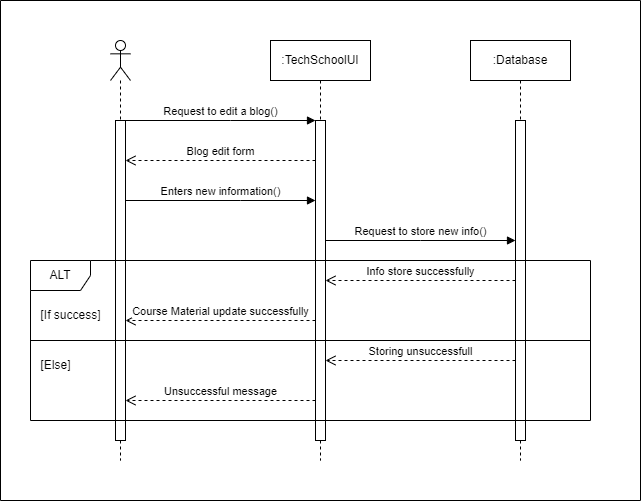
iprosenjitp/Tech-School keeps this draw.io diagram as Materials/Sequence Diagrams/SD_Edit Blog.png. Above is the earlier version. Source tidied: cells renumbered, new cells last; positions are measured from the earlier drawing's top-left corner, leaving out a move shared by most shapes. Its diagram source:
```xml
<mxGraphModel background="#ffffff">
  <root>
    <mxCell id="0" />
    <mxCell id="1" parent="0" />
    <mxCell id="2" style="shape=umlLifeline;perimeter=lifelinePerimeter;whiteSpace=wrap;html=1;newEdgeStyle={&quot;curved&quot;:0,&quot;rounded&quot;:0};participant=umlActor;" parent="1" vertex="1">
      <mxGeometry x="110" y="40" width="20" height="420" as="geometry" />
    </mxCell>
    <mxCell id="3" style="html=1;points=[[0,0,0,0,5],[0,1,0,0,-5],[1,0,0,0,5],[1,1,0,0,-5]];perimeter=orthogonalPerimeter;outlineConnect=0;targetShapes=umlLifeline;portConstraint=eastwest;newEdgeStyle={&quot;curved&quot;:0,&quot;rounded&quot;:0};" parent="2" vertex="1">
      <mxGeometry x="5" y="80" width="10" height="320" as="geometry" />
    </mxCell>
    <mxCell id="4" value=":TechSchoolUI" style="shape=umlLifeline;perimeter=lifelinePerimeter;whiteSpace=wrap;html=1;newEdgeStyle={&quot;curved&quot;:0,&quot;rounded&quot;:0};" parent="1" vertex="1">
      <mxGeometry x="270" y="40" width="100" height="420" as="geometry" />
    </mxCell>
    <mxCell id="5" style="html=1;points=[[0,0,0,0,5],[0,1,0,0,-5],[1,0,0,0,5],[1,1,0,0,-5]];perimeter=orthogonalPerimeter;outlineConnect=0;targetShapes=umlLifeline;portConstraint=eastwest;newEdgeStyle={&quot;curved&quot;:0,&quot;rounded&quot;:0};" parent="4" vertex="1">
      <mxGeometry x="45" y="80" width="10" height="320" as="geometry" />
    </mxCell>
    <mxCell id="6" value=":Database" style="shape=umlLifeline;perimeter=lifelinePerimeter;whiteSpace=wrap;html=1;newEdgeStyle={&quot;curved&quot;:0,&quot;rounded&quot;:0};" parent="1" vertex="1">
      <mxGeometry x="470" y="40" width="100" height="420" as="geometry" />
    </mxCell>
    <mxCell id="7" style="html=1;points=[[0,0,0,0,5],[0,1,0,0,-5],[1,0,0,0,5],[1,1,0,0,-5]];perimeter=orthogonalPerimeter;outlineConnect=0;targetShapes=umlLifeline;portConstraint=eastwest;newEdgeStyle={&quot;curved&quot;:0,&quot;rounded&quot;:0};" parent="6" vertex="1">
      <mxGeometry x="45" y="80" width="10" height="320" as="geometry" />
    </mxCell>
    <mxCell id="8" value="Request to edit a blog()" style="html=1;verticalAlign=bottom;endArrow=block;curved=0;rounded=0;" parent="1" edge="1" source="3" target="5">
      <mxGeometry relative="1" as="geometry">
        <Array as="points">
          <mxPoint x="230" y="120" />
        </Array>
      </mxGeometry>
    </mxCell>
    <mxCell id="9" value="Blog edit form" style="html=1;verticalAlign=bottom;endArrow=open;dashed=1;endSize=8;curved=0;rounded=0;" parent="1" edge="1" source="5" target="3">
      <mxGeometry relative="1" as="geometry">
        <Array as="points">
          <mxPoint x="220" y="160" />
        </Array>
      </mxGeometry>
    </mxCell>
    <mxCell id="10" value="Enters new information()" style="html=1;verticalAlign=bottom;endArrow=block;curved=0;rounded=0;" parent="1" edge="1" source="3" target="5">
      <mxGeometry relative="1" as="geometry">
        <Array as="points">
          <mxPoint x="240" y="200" />
        </Array>
      </mxGeometry>
    </mxCell>
    <mxCell id="11" value="Request to store new info()" style="html=1;verticalAlign=bottom;endArrow=block;curved=0;rounded=0;" parent="1" edge="1" source="5" target="7">
      <mxGeometry relative="1" as="geometry">
        <Array as="points">
          <mxPoint x="420" y="240" />
        </Array>
      </mxGeometry>
    </mxCell>
    <mxCell id="12" value="ALT" style="shape=umlFrame;whiteSpace=wrap;html=1;" parent="1" vertex="1">
      <mxGeometry x="30" y="260" width="560" height="160" as="geometry" />
    </mxCell>
    <mxCell id="13" value="Info store successfully" style="html=1;verticalAlign=bottom;endArrow=open;dashed=1;endSize=8;curved=0;rounded=0;" parent="1" edge="1" source="7" target="5">
      <mxGeometry relative="1" as="geometry">
        <Array as="points">
          <mxPoint x="420" y="280" />
        </Array>
      </mxGeometry>
    </mxCell>
    <mxCell id="14" value="Course Material update successfully" style="html=1;verticalAlign=bottom;endArrow=open;dashed=1;endSize=8;curved=0;rounded=0;" parent="1" edge="1" source="5" target="3">
      <mxGeometry relative="1" as="geometry">
        <Array as="points">
          <mxPoint x="220" y="320" />
        </Array>
      </mxGeometry>
    </mxCell>
    <mxCell id="15" value="Storing unsuccessfull" style="html=1;verticalAlign=bottom;endArrow=open;dashed=1;endSize=8;curved=0;rounded=0;" parent="1" edge="1">
      <mxGeometry relative="1" as="geometry">
        <mxPoint x="515" y="360" as="sourcePoint" />
        <mxPoint x="325" y="360" as="targetPoint" />
      </mxGeometry>
    </mxCell>
    <mxCell id="16" value="Unsuccessful message" style="html=1;verticalAlign=bottom;endArrow=open;dashed=1;endSize=8;curved=0;rounded=0;" parent="1" edge="1" source="5" target="3">
      <mxGeometry relative="1" as="geometry">
        <Array as="points">
          <mxPoint x="220" y="400" />
        </Array>
      </mxGeometry>
    </mxCell>
    <mxCell id="17" style="swimlane;startSize=0;" parent="1" vertex="1">
      <mxGeometry width="640" height="500" as="geometry" />
    </mxCell>
    <mxCell id="18" value="[If success]" style="text;html=1;align=center;verticalAlign=middle;strokeColor=none;fillColor=none;" parent="17" vertex="1">
      <mxGeometry x="30" y="300" width="80" height="30" as="geometry" />
    </mxCell>
    <mxCell id="19" value="[Else]" style="text;html=1;align=center;verticalAlign=middle;strokeColor=none;fillColor=none;" parent="17" vertex="1">
      <mxGeometry x="30" y="350" width="50" height="30" as="geometry" />
    </mxCell>
    <mxCell id="20" style="line;strokeWidth=1;fillColor=none;align=left;verticalAlign=middle;spacingTop=-1;spacingLeft=3;spacingRight=3;labelPosition=right;strokeColor=inherit;" parent="1" vertex="1">
      <mxGeometry x="30" y="336" width="560" height="8" as="geometry" />
    </mxCell>
  </root>
</mxGraphModel>
```
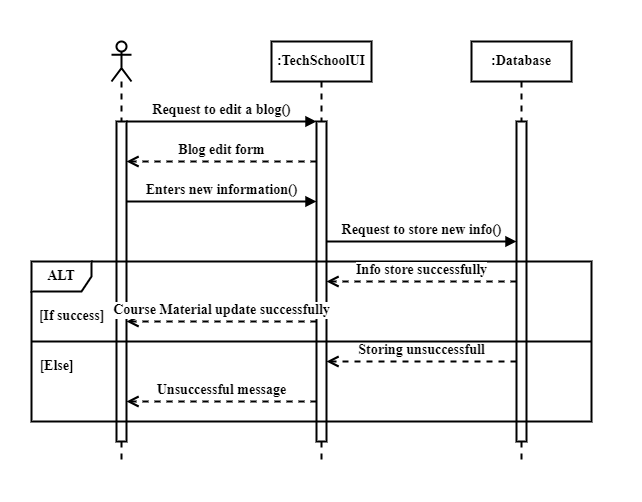
The same diagram one commit later.

What changed in the source:
```diff
@@ -2,92 +2,92 @@
   <root>
     <mxCell id="0" />
     <mxCell id="1" parent="0" />
-    <mxCell id="2" style="shape=umlLifeline;perimeter=lifelinePerimeter;whiteSpace=wrap;html=1;newEdgeStyle={&quot;curved&quot;:0,&quot;rounded&quot;:0};participant=umlActor;" parent="1" vertex="1">
+    <mxCell id="2" style="shape=umlLifeline;perimeter=lifelinePerimeter;whiteSpace=wrap;html=1;newEdgeStyle={&quot;curved&quot;:0,&quot;rounded&quot;:0};participant=umlActor;fontFamily=Times New Roman;fontStyle=1;fontSize=14;strokeWidth=2;" parent="1" vertex="1">
       <mxGeometry x="110" y="40" width="20" height="420" as="geometry" />
     </mxCell>
-    <mxCell id="3" style="html=1;points=[[0,0,0,0,5],[0,1,0,0,-5],[1,0,0,0,5],[1,1,0,0,-5]];perimeter=orthogonalPerimeter;outlineConnect=0;targetShapes=umlLifeline;portConstraint=eastwest;newEdgeStyle={&quot;curved&quot;:0,&quot;rounded&quot;:0};" parent="2" vertex="1">
+    <mxCell id="3" style="html=1;points=[[0,0,0,0,5],[0,1,0,0,-5],[1,0,0,0,5],[1,1,0,0,-5]];perimeter=orthogonalPerimeter;outlineConnect=0;targetShapes=umlLifeline;portConstraint=eastwest;newEdgeStyle={&quot;curved&quot;:0,&quot;rounded&quot;:0};fontFamily=Times New Roman;fontStyle=1;fontSize=14;strokeWidth=2;" parent="2" vertex="1">
       <mxGeometry x="5" y="80" width="10" height="320" as="geometry" />
     </mxCell>
-    <mxCell id="4" value=":TechSchoolUI" style="shape=umlLifeline;perimeter=lifelinePerimeter;whiteSpace=wrap;html=1;newEdgeStyle={&quot;curved&quot;:0,&quot;rounded&quot;:0};" parent="1" vertex="1">
+    <mxCell id="4" value=":TechSchoolUI" style="shape=umlLifeline;perimeter=lifelinePerimeter;whiteSpace=wrap;html=1;newEdgeStyle={&quot;curved&quot;:0,&quot;rounded&quot;:0};fontFamily=Times New Roman;fontStyle=1;fontSize=14;strokeWidth=2;" parent="1" vertex="1">
       <mxGeometry x="270" y="40" width="100" height="420" as="geometry" />
     </mxCell>
-    <mxCell id="5" style="html=1;points=[[0,0,0,0,5],[0,1,0,0,-5],[1,0,0,0,5],[1,1,0,0,-5]];perimeter=orthogonalPerimeter;outlineConnect=0;targetShapes=umlLifeline;portConstraint=eastwest;newEdgeStyle={&quot;curved&quot;:0,&quot;rounded&quot;:0};" parent="4" vertex="1">
+    <mxCell id="5" style="html=1;points=[[0,0,0,0,5],[0,1,0,0,-5],[1,0,0,0,5],[1,1,0,0,-5]];perimeter=orthogonalPerimeter;outlineConnect=0;targetShapes=umlLifeline;portConstraint=eastwest;newEdgeStyle={&quot;curved&quot;:0,&quot;rounded&quot;:0};fontFamily=Times New Roman;fontStyle=1;fontSize=14;strokeWidth=2;" parent="4" vertex="1">
       <mxGeometry x="45" y="80" width="10" height="320" as="geometry" />
     </mxCell>
-    <mxCell id="6" value=":Database" style="shape=umlLifeline;perimeter=lifelinePerimeter;whiteSpace=wrap;html=1;newEdgeStyle={&quot;curved&quot;:0,&quot;rounded&quot;:0};" parent="1" vertex="1">
+    <mxCell id="6" value=":Database" style="shape=umlLifeline;perimeter=lifelinePerimeter;whiteSpace=wrap;html=1;newEdgeStyle={&quot;curved&quot;:0,&quot;rounded&quot;:0};fontFamily=Times New Roman;fontStyle=1;fontSize=14;strokeWidth=2;" parent="1" vertex="1">
       <mxGeometry x="470" y="40" width="100" height="420" as="geometry" />
     </mxCell>
-    <mxCell id="7" style="html=1;points=[[0,0,0,0,5],[0,1,0,0,-5],[1,0,0,0,5],[1,1,0,0,-5]];perimeter=orthogonalPerimeter;outlineConnect=0;targetShapes=umlLifeline;portConstraint=eastwest;newEdgeStyle={&quot;curved&quot;:0,&quot;rounded&quot;:0};" parent="6" vertex="1">
+    <mxCell id="7" style="html=1;points=[[0,0,0,0,5],[0,1,0,0,-5],[1,0,0,0,5],[1,1,0,0,-5]];perimeter=orthogonalPerimeter;outlineConnect=0;targetShapes=umlLifeline;portConstraint=eastwest;newEdgeStyle={&quot;curved&quot;:0,&quot;rounded&quot;:0};fontFamily=Times New Roman;fontStyle=1;fontSize=14;strokeWidth=2;" parent="6" vertex="1">
       <mxGeometry x="45" y="80" width="10" height="320" as="geometry" />
     </mxCell>
-    <mxCell id="8" value="Request to edit a blog()" style="html=1;verticalAlign=bottom;endArrow=block;curved=0;rounded=0;" parent="1" edge="1" source="3" target="5">
+    <mxCell id="8" value="Request to edit a blog()" style="html=1;verticalAlign=bottom;endArrow=block;curved=0;rounded=0;fontFamily=Times New Roman;fontStyle=1;fontSize=14;strokeWidth=2;" parent="1" edge="1" source="3" target="5">
       <mxGeometry relative="1" as="geometry">
         <Array as="points">
           <mxPoint x="230" y="120" />
         </Array>
       </mxGeometry>
     </mxCell>
-    <mxCell id="9" value="Blog edit form" style="html=1;verticalAlign=bottom;endArrow=open;dashed=1;endSize=8;curved=0;rounded=0;" parent="1" edge="1" source="5" target="3">
+    <mxCell id="9" value="Blog edit form" style="html=1;verticalAlign=bottom;endArrow=open;dashed=1;endSize=8;curved=0;rounded=0;fontFamily=Times New Roman;fontStyle=1;fontSize=14;strokeWidth=2;" parent="1" edge="1" source="5" target="3">
       <mxGeometry relative="1" as="geometry">
         <Array as="points">
           <mxPoint x="220" y="160" />
         </Array>
       </mxGeometry>
     </mxCell>
-    <mxCell id="10" value="Enters new information()" style="html=1;verticalAlign=bottom;endArrow=block;curved=0;rounded=0;" parent="1" edge="1" source="3" target="5">
+    <mxCell id="10" value="Enters new information()" style="html=1;verticalAlign=bottom;endArrow=block;curved=0;rounded=0;fontFamily=Times New Roman;fontStyle=1;fontSize=14;strokeWidth=2;" parent="1" edge="1" source="3" target="5">
       <mxGeometry relative="1" as="geometry">
         <Array as="points">
           <mxPoint x="240" y="200" />
         </Array>
       </mxGeometry>
     </mxCell>
-    <mxCell id="11" value="Request to store new info()" style="html=1;verticalAlign=bottom;endArrow=block;curved=0;rounded=0;" parent="1" edge="1" source="5" target="7">
+    <mxCell id="11" value="Request to store new info()" style="html=1;verticalAlign=bottom;endArrow=block;curved=0;rounded=0;fontFamily=Times New Roman;fontStyle=1;fontSize=14;strokeWidth=2;" parent="1" edge="1" source="5" target="7">
       <mxGeometry relative="1" as="geometry">
         <Array as="points">
           <mxPoint x="420" y="240" />
         </Array>
       </mxGeometry>
     </mxCell>
-    <mxCell id="12" value="ALT" style="shape=umlFrame;whiteSpace=wrap;html=1;" parent="1" vertex="1">
+    <mxCell id="12" value="ALT" style="shape=umlFrame;whiteSpace=wrap;html=1;fontFamily=Times New Roman;fontStyle=1;fontSize=14;strokeWidth=2;" parent="1" vertex="1">
       <mxGeometry x="30" y="260" width="560" height="160" as="geometry" />
     </mxCell>
-    <mxCell id="13" value="Info store successfully" style="html=1;verticalAlign=bottom;endArrow=open;dashed=1;endSize=8;curved=0;rounded=0;" parent="1" edge="1" source="7" target="5">
+    <mxCell id="13" value="Info store successfully" style="html=1;verticalAlign=bottom;endArrow=open;dashed=1;endSize=8;curved=0;rounded=0;fontFamily=Times New Roman;fontStyle=1;fontSize=14;strokeWidth=2;" parent="1" edge="1" source="7" target="5">
       <mxGeometry relative="1" as="geometry">
         <Array as="points">
           <mxPoint x="420" y="280" />
         </Array>
       </mxGeometry>
     </mxCell>
-    <mxCell id="14" value="Course Material update successfully" style="html=1;verticalAlign=bottom;endArrow=open;dashed=1;endSize=8;curved=0;rounded=0;" parent="1" edge="1" source="5" target="3">
+    <mxCell id="14" value="Course Material update successfully" style="html=1;verticalAlign=bottom;endArrow=open;dashed=1;endSize=8;curved=0;rounded=0;fontFamily=Times New Roman;fontStyle=1;fontSize=14;strokeWidth=2;" parent="1" edge="1" source="5" target="3">
       <mxGeometry relative="1" as="geometry">
         <Array as="points">
           <mxPoint x="220" y="320" />
         </Array>
       </mxGeometry>
     </mxCell>
-    <mxCell id="15" value="Storing unsuccessfull" style="html=1;verticalAlign=bottom;endArrow=open;dashed=1;endSize=8;curved=0;rounded=0;" parent="1" edge="1">
+    <mxCell id="15" value="Storing unsuccessfull" style="html=1;verticalAlign=bottom;endArrow=open;dashed=1;endSize=8;curved=0;rounded=0;fontFamily=Times New Roman;fontStyle=1;fontSize=14;strokeWidth=2;" parent="1" edge="1">
       <mxGeometry relative="1" as="geometry">
         <mxPoint x="515" y="360" as="sourcePoint" />
         <mxPoint x="325" y="360" as="targetPoint" />
       </mxGeometry>
     </mxCell>
-    <mxCell id="16" value="Unsuccessful message" style="html=1;verticalAlign=bottom;endArrow=open;dashed=1;endSize=8;curved=0;rounded=0;" parent="1" edge="1" source="5" target="3">
+    <mxCell id="16" value="Unsuccessful message" style="html=1;verticalAlign=bottom;endArrow=open;dashed=1;endSize=8;curved=0;rounded=0;fontFamily=Times New Roman;fontStyle=1;fontSize=14;strokeWidth=2;" parent="1" edge="1" source="5" target="3">
       <mxGeometry relative="1" as="geometry">
         <Array as="points">
           <mxPoint x="220" y="400" />
         </Array>
       </mxGeometry>
     </mxCell>
-    <mxCell id="17" style="swimlane;startSize=0;" parent="1" vertex="1">
+    <mxCell id="17" style="swimlane;startSize=0;fontFamily=Times New Roman;fontStyle=1;fontSize=14;strokeWidth=2;strokeColor=#FFFFFF;" parent="1" vertex="1">
       <mxGeometry width="640" height="500" as="geometry" />
     </mxCell>
-    <mxCell id="18" value="[If success]" style="text;html=1;align=center;verticalAlign=middle;strokeColor=none;fillColor=none;" parent="17" vertex="1">
-      <mxGeometry x="30" y="300" width="80" height="30" as="geometry" />
+    <mxCell id="18" value="[If success]" style="text;html=1;align=center;verticalAlign=middle;strokeColor=none;fillColor=none;fontFamily=Times New Roman;fontStyle=1;fontSize=14;strokeWidth=2;" parent="17" vertex="1">
+      <mxGeometry x="25" y="300" width="90" height="30" as="geometry" />
     </mxCell>
-    <mxCell id="19" value="[Else]" style="text;html=1;align=center;verticalAlign=middle;strokeColor=none;fillColor=none;" parent="17" vertex="1">
-      <mxGeometry x="30" y="350" width="50" height="30" as="geometry" />
+    <mxCell id="19" value="[Else]" style="text;html=1;align=center;verticalAlign=middle;strokeColor=none;fillColor=none;fontFamily=Times New Roman;fontStyle=1;fontSize=14;strokeWidth=2;" parent="17" vertex="1">
+      <mxGeometry x="25" y="350" width="60" height="30" as="geometry" />
     </mxCell>
-    <mxCell id="20" style="line;strokeWidth=1;fillColor=none;align=left;verticalAlign=middle;spacingTop=-1;spacingLeft=3;spacingRight=3;labelPosition=right;strokeColor=inherit;" parent="1" vertex="1">
+    <mxCell id="20" style="line;strokeWidth=2;fillColor=none;align=left;verticalAlign=middle;spacingTop=-1;spacingLeft=3;spacingRight=3;labelPosition=right;strokeColor=inherit;fontFamily=Times New Roman;fontStyle=1;fontSize=14;" parent="1" vertex="1">
       <mxGeometry x="30" y="336" width="560" height="8" as="geometry" />
     </mxCell>
   </root>
```
